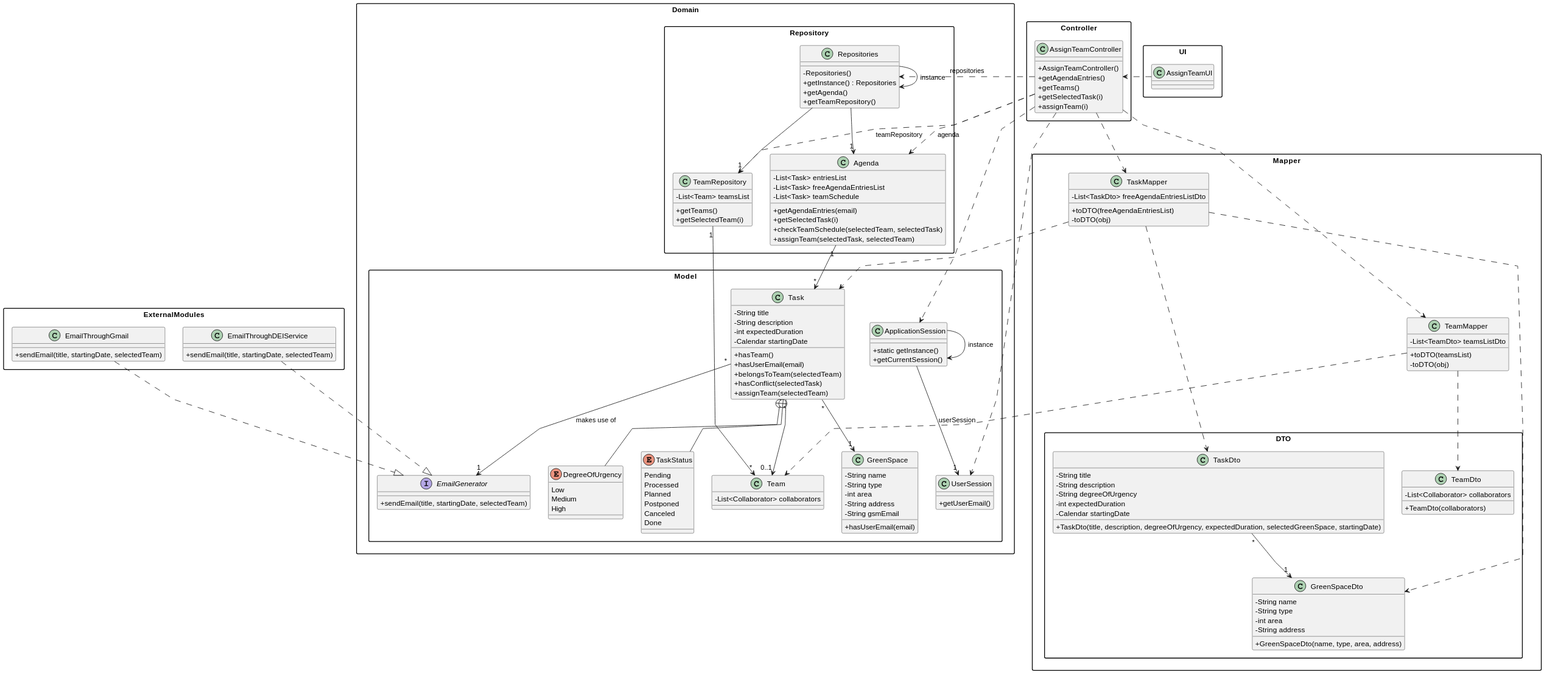
This is docs/sprintC/us023/03.design/svg/us023-class-diagram.svg from Departamento-de-Engenharia-Informatica/lei-24-s2-1dm-g132, a PlantUML export, as it was before one commit.
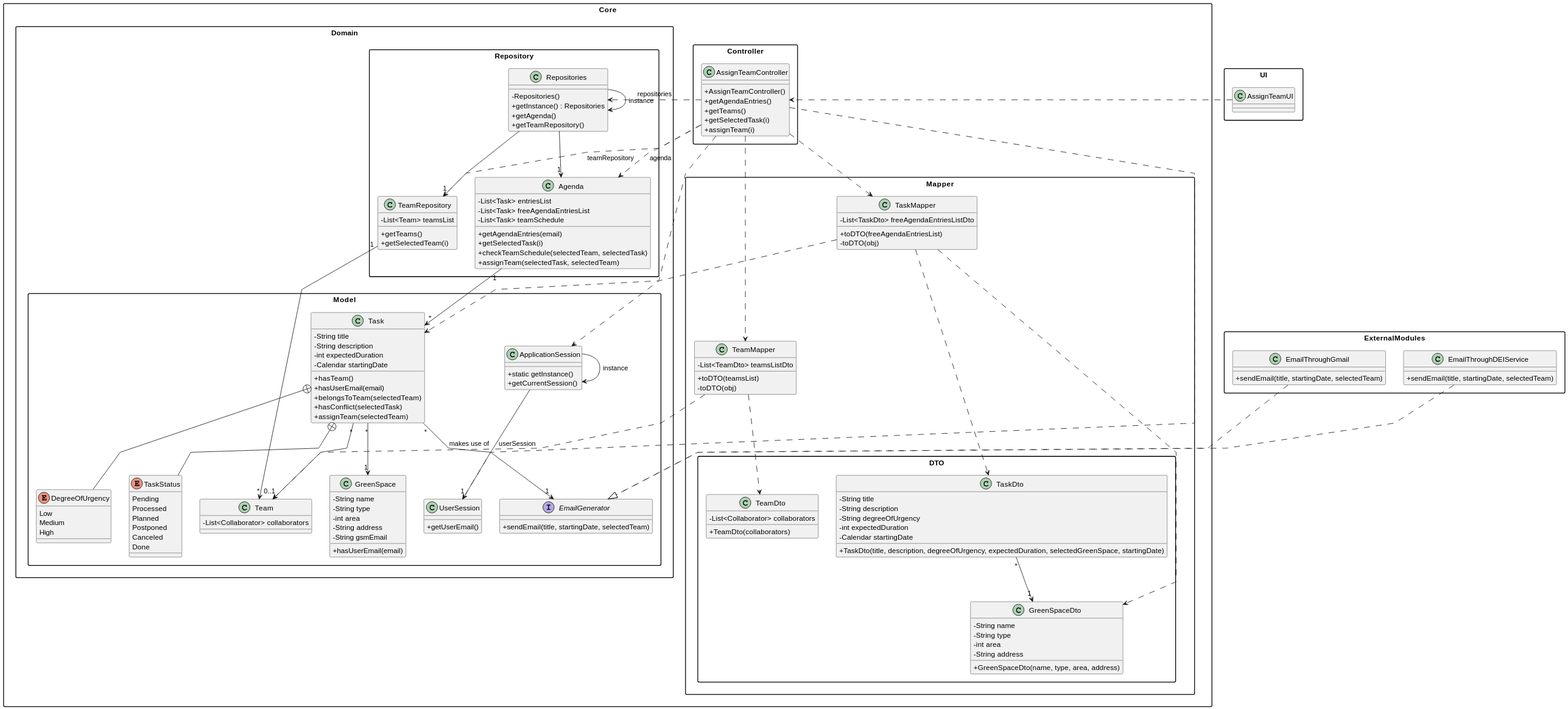
The same file after the commit.

Commit message:
Class diagrams minor change and self-assessment done

The edit, as a diff of the source:
```diff
@@ -12,7 +12,7 @@
 
 }
 }
-
+Package Core{
 Package Controller {
 class AssignTeamController
 {
@@ -159,7 +159,7 @@
 }
 }
 }
-
+}
 Package ExternalModules{
 class EmailThroughGmail
 {
```
